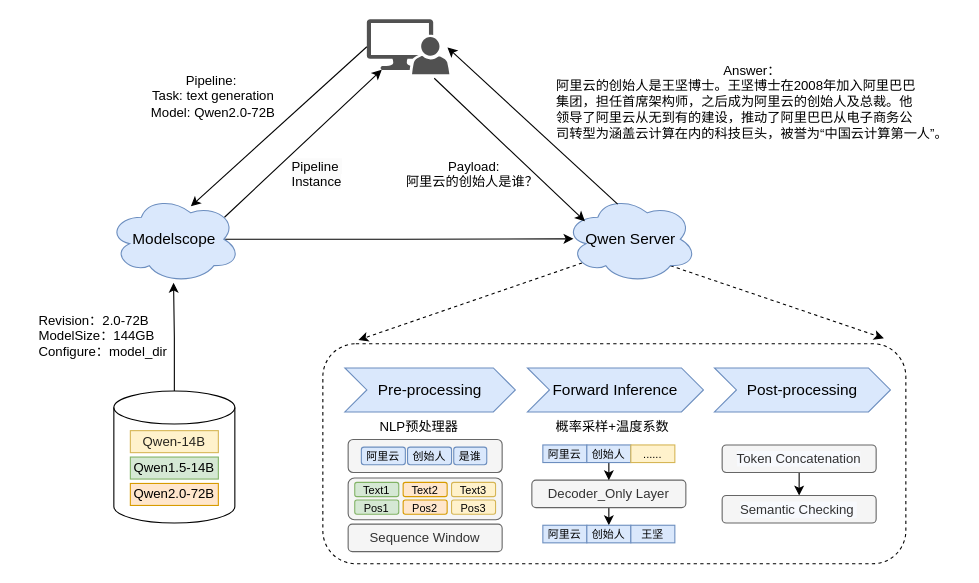
The draw.io diagram 未命名绘图.drawio in zn-tos/via, before the edit. Source tidied: cells renumbered, new cells numbered last; positions are measured from the earlier drawing's top-left corner, leaving out a move shared by most shapes. Both pictures are drawn from the tidied source at 110%, with x=0, y=0 at pixel (36, 19).
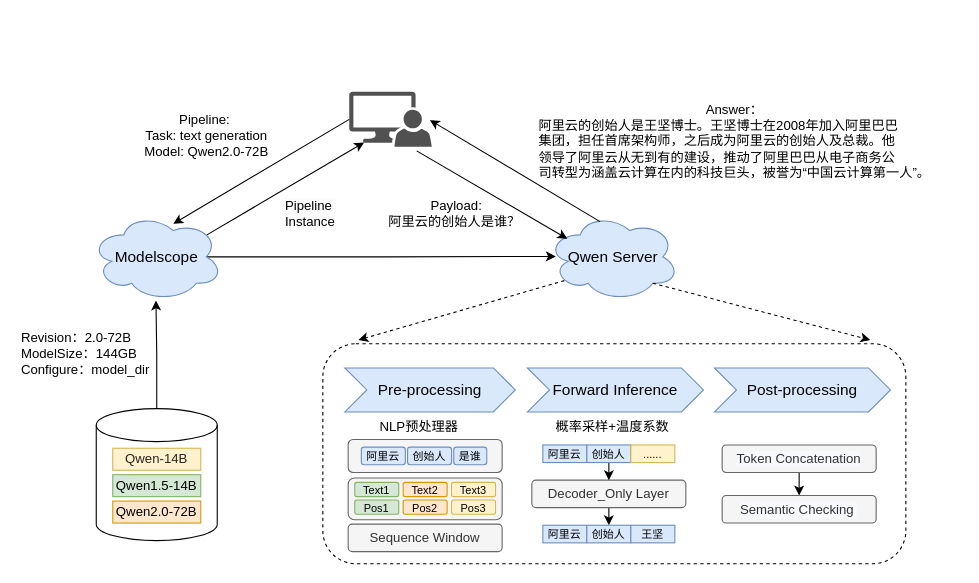
Above is the later version.

Commit message:
更新未命名绘图3.drawio

Unchanged cells that the change refers to:
```xml
<mxCell id="6" value="&lt;div&gt;&lt;br&gt;&lt;/div&gt;" style="rounded=1;whiteSpace=wrap;html=1;shadow=0;dashed=1;" parent="5" vertex="1">
  <mxGeometry x="260" y="295" width="530" height="200" as="geometry" />
</mxCell>
```

Diff of the diagram source:
```diff
@@
-    <mxCell id="3" style="rounded=0;jettySize=auto;html=1;exitX=0.8;exitY=0.8;exitDx=0;exitDy=0;exitPerimeter=0;dashed=1;" parent="1" edge="1" source="4">
-      <mxGeometry relative="1" as="geometry">
-        <mxPoint x="770" y="290" as="targetPoint" />
-      </mxGeometry>
-    </mxCell>
     <mxCell id="4" value="&lt;font style=&quot;font-size: 14px;&quot;&gt;Qwen Server&lt;/font&gt;" style="ellipse;shape=cloud;whiteSpace=wrap;html=1;fillColor=#dae8fc;strokeColor=#6c8ebf;" parent="1" vertex="1">
-      <mxGeometry x="480" y="160" width="120" height="80" as="geometry" />
+      <mxGeometry x="464" y="176" width="120" height="80" as="geometry" />
     </mxCell>
+    <mxCell id="53" style="rounded=0;jettySize=auto;html=1;exitX=0.8;exitY=0.8;exitDx=0;exitDy=0;exitPerimeter=0;entryX=0.939;entryY=-0.017;entryDx=0;entryDy=0;entryPerimeter=0;dashed=1;" parent="1" edge="1" source="4" target="6">
+      <mxGeometry relative="1" as="geometry" />
+    </mxCell>
@@
     <mxCell id="7" style="sketch=0;shadow=0;dashed=0;html=1;strokeColor=none;labelPosition=center;verticalLabelPosition=bottom;verticalAlign=top;align=center;fillColor=#515151;shape=mxgraph.mscae.system_center.admin_console;" parent="5" vertex="1">
-      <mxGeometry x="300" width="75" height="50" as="geometry" />
+      <mxGeometry x="284" y="66" width="75" height="50" as="geometry" />
     </mxCell>
     <mxCell id="8" style="shape=cylinder3;whiteSpace=wrap;html=1;boundedLbl=1;backgroundOutline=1;size=15;" parent="5" vertex="1">
-      <mxGeometry x="70" y="338" width="110" height="120" as="geometry" />
+      <mxGeometry x="54" y="354" width="110" height="120" as="geometry" />
     </mxCell>
     <mxCell id="9" value="&lt;span style=&quot;color: rgba(0, 0, 0, 0.85); text-align: start; white-space: pre;&quot;&gt;&lt;font style=&quot;font-size: 12px;&quot; face=&quot;Helvetica&quot;&gt;Qwen-14B&lt;/font&gt;&lt;/span&gt;" style="rounded=0;whiteSpace=wrap;html=1;labelBackgroundColor=none;fillColor=#fff2cc;strokeColor=#d6b656;" parent="5" vertex="1">
-      <mxGeometry x="85" y="374" width="80" height="20" as="geometry" />
+      <mxGeometry x="69" y="390" width="80" height="20" as="geometry" />
     </mxCell>
     <mxCell id="10" value="Qwen1.5-14B" style="rounded=0;whiteSpace=wrap;html=1;fillColor=#d5e8d4;strokeColor=#82b366;" parent="5" vertex="1">
-      <mxGeometry x="85" y="398" width="80" height="20" as="geometry" />
+      <mxGeometry x="69" y="414" width="80" height="20" as="geometry" />
     </mxCell>
     <mxCell id="11" value="Qwen2.0-72B" style="rounded=0;whiteSpace=wrap;html=1;fillColor=#ffe6cc;strokeColor=#d79b00;" parent="5" vertex="1">
-      <mxGeometry x="85" y="422" width="80" height="20" as="geometry" />
+      <mxGeometry x="69" y="438" width="80" height="20" as="geometry" />
     </mxCell>
@@
     <mxCell id="16" value="&lt;font style=&quot;font-size: 14px;&quot;&gt;Modelscope&lt;/font&gt;" style="ellipse;shape=cloud;whiteSpace=wrap;html=1;fillColor=#dae8fc;strokeColor=#6c8ebf;" parent="5" vertex="1">
-      <mxGeometry x="65" y="160" width="120" height="80" as="geometry" />
+      <mxGeometry x="49" y="176" width="120" height="80" as="geometry" />
     </mxCell>
     <mxCell id="17" style="rounded=0;jettySize=auto;html=1;exitX=0;exitY=0.5;exitDx=0;exitDy=0;exitPerimeter=0;" parent="5" edge="1" source="7">
       <mxGeometry relative="1" as="geometry">
-        <mxPoint x="140" y="170" as="targetPoint" />
+        <mxPoint x="124" y="186" as="targetPoint" />
       </mxGeometry>
     </mxCell>
@@
     <mxCell id="20" style="rounded=0;jettySize=auto;html=1;exitX=0.4;exitY=0.1;exitDx=0;exitDy=0;exitPerimeter=0;entryX=0.977;entryY=0.513;entryDx=0;entryDy=0;entryPerimeter=0;" parent="5" edge="1" target="7">
       <mxGeometry relative="1" as="geometry">
-        <mxPoint x="528" y="168" as="sourcePoint" />
+        <mxPoint x="512" y="184" as="sourcePoint" />
       </mxGeometry>
     </mxCell>
     <mxCell id="21" value="Pipeline:&amp;nbsp;&lt;div&gt;Task:&amp;nbsp;text generation&lt;/div&gt;&lt;div&gt;Model: Qwen2.0-72B&lt;/div&gt;" style="text;html=1;align=center;verticalAlign=middle;strokeColor=none;fillColor=none;" parent="5" vertex="1">
-      <mxGeometry x="90" y="40" width="140" height="60" as="geometry" />
+      <mxGeometry x="84" y="76" width="140" height="60" as="geometry" />
     </mxCell>
@@
     <mxCell id="23" value="&lt;span style=&quot;color: rgb(0, 0, 0); font-family: Helvetica; font-size: 12px; font-style: normal; font-variant-ligatures: normal; font-variant-caps: normal; font-weight: 400; letter-spacing: normal; orphans: 2; text-align: center; text-indent: 0px; text-transform: none; widows: 2; word-spacing: 0px; -webkit-text-stroke-width: 0px; white-space: nowrap; background-color: rgb(251, 251, 251); text-decoration-thickness: initial; text-decoration-style: initial; text-decoration-color: initial; display: inline !important; float: none;&quot;&gt;Pipeline&amp;nbsp;&lt;/span&gt;&lt;div&gt;&lt;span style=&quot;color: rgb(0, 0, 0); font-family: Helvetica; font-size: 12px; font-style: normal; font-variant-ligatures: normal; font-variant-caps: normal; font-weight: 400; letter-spacing: normal; orphans: 2; text-align: center; text-indent: 0px; text-transform: none; widows: 2; word-spacing: 0px; -webkit-text-stroke-width: 0px; white-space: nowrap; background-color: rgb(251, 251, 251); text-decoration-thickness: initial; text-decoration-style: initial; text-decoration-color: initial; display: inline !important; float: none;&quot;&gt;Instance&lt;/span&gt;&lt;/div&gt;" style="text;whiteSpace=wrap;html=1;" parent="5" vertex="1">
-      <mxGeometry x="230" y="120" width="80" height="40" as="geometry" />
+      <mxGeometry x="224" y="156" width="80" height="40" as="geometry" />
     </mxCell>
     <mxCell id="24" value="&lt;div style=&quot;text-align: center;&quot;&gt;&lt;span style=&quot;background-color: initial; text-wrap: nowrap;&quot;&gt;Payload:&lt;/span&gt;&lt;/div&gt;&lt;div style=&quot;text-align: justify;&quot;&gt;&lt;span style=&quot;background-color: initial; text-wrap: nowrap;&quot;&gt;阿里云的创始人是谁？&amp;nbsp;&lt;/span&gt;&lt;/div&gt;&lt;div style=&quot;text-align: center;&quot;&gt;&lt;span style=&quot;background-color: initial; text-wrap: nowrap;&quot;&gt;&lt;br&gt;&lt;/span&gt;&lt;/div&gt;" style="text;whiteSpace=wrap;html=1;" parent="5" vertex="1">
-      <mxGeometry x="334" y="120" width="80" height="50" as="geometry" />
+      <mxGeometry x="318" y="156" width="80" height="50" as="geometry" />
     </mxCell>
     <mxCell id="25" value="&lt;div style=&quot;&quot;&gt;&lt;span style=&quot;background-color: initial;&quot;&gt;Answer：&lt;/span&gt;&lt;/div&gt;&lt;div style=&quot;text-align: justify;&quot;&gt;&lt;span style=&quot;background-color: initial;&quot;&gt;阿里云的创始人是王坚博士。&lt;/span&gt;&lt;span style=&quot;background-color: initial;&quot;&gt;王坚博士在2008年加入&lt;/span&gt;&lt;span style=&quot;background-color: initial;&quot;&gt;阿里巴巴&lt;/span&gt;&lt;/div&gt;&lt;div style=&quot;text-align: justify;&quot;&gt;&lt;span style=&quot;background-color: initial;&quot;&gt;集团&lt;/span&gt;&lt;span style=&quot;background-color: initial;&quot;&gt;，&lt;/span&gt;&lt;span style=&quot;background-color: initial;&quot;&gt;担任首席架构师，之后成为阿里云的创始人及总&lt;/span&gt;&lt;span style=&quot;background-color: initial;&quot;&gt;裁。他&lt;/span&gt;&lt;/div&gt;&lt;div style=&quot;text-align: justify;&quot;&gt;&lt;span style=&quot;background-color: initial;&quot;&gt;领导了阿里云从无到有&lt;/span&gt;&lt;span style=&quot;background-color: initial;&quot;&gt;的建设&lt;/span&gt;&lt;span style=&quot;background-color: initial;&quot;&gt;，推动了阿里巴巴从电子商&lt;/span&gt;&lt;span style=&quot;background-color: initial;&quot;&gt;务公&lt;/span&gt;&lt;/div&gt;&lt;div style=&quot;text-align: justify;&quot;&gt;&lt;span style=&quot;background-color: initial;&quot;&gt;司转型为涵盖云计算在内的科技巨头，&lt;/span&gt;&lt;span style=&quot;background-color: initial;&quot;&gt;被誉为“中国云计算第一人”。&lt;/span&gt;&lt;/div&gt;" style="text;html=1;align=center;verticalAlign=middle;strokeColor=none;fillColor=none;" parent="5" vertex="1">
-      <mxGeometry x="460" y="30" width="380" height="90" as="geometry" />
+      <mxGeometry x="444" y="66" width="380" height="90" as="geometry" />
     </mxCell>
     <mxCell id="26" value="&lt;div style=&quot;text-align: justify;&quot;&gt;&lt;span style=&quot;background-color: initial; text-wrap: nowrap;&quot;&gt;Revision：2.0-72B&lt;/span&gt;&lt;/div&gt;&lt;div style=&quot;text-align: justify;&quot;&gt;&lt;span style=&quot;background-color: initial; text-wrap: nowrap;&quot;&gt;ModelSize：144GB&lt;/span&gt;&lt;/div&gt;&lt;div style=&quot;text-align: justify;&quot;&gt;&lt;span style=&quot;background-color: initial; text-wrap: nowrap;&quot;&gt;Configure：model_dir&lt;/span&gt;&lt;/div&gt;" style="text;whiteSpace=wrap;html=1;" parent="5" vertex="1">
-      <mxGeometry y="260" width="150" height="70" as="geometry" />
+      <mxGeometry x="-16" y="276" width="150" height="70" as="geometry" />
     </mxCell>
```
